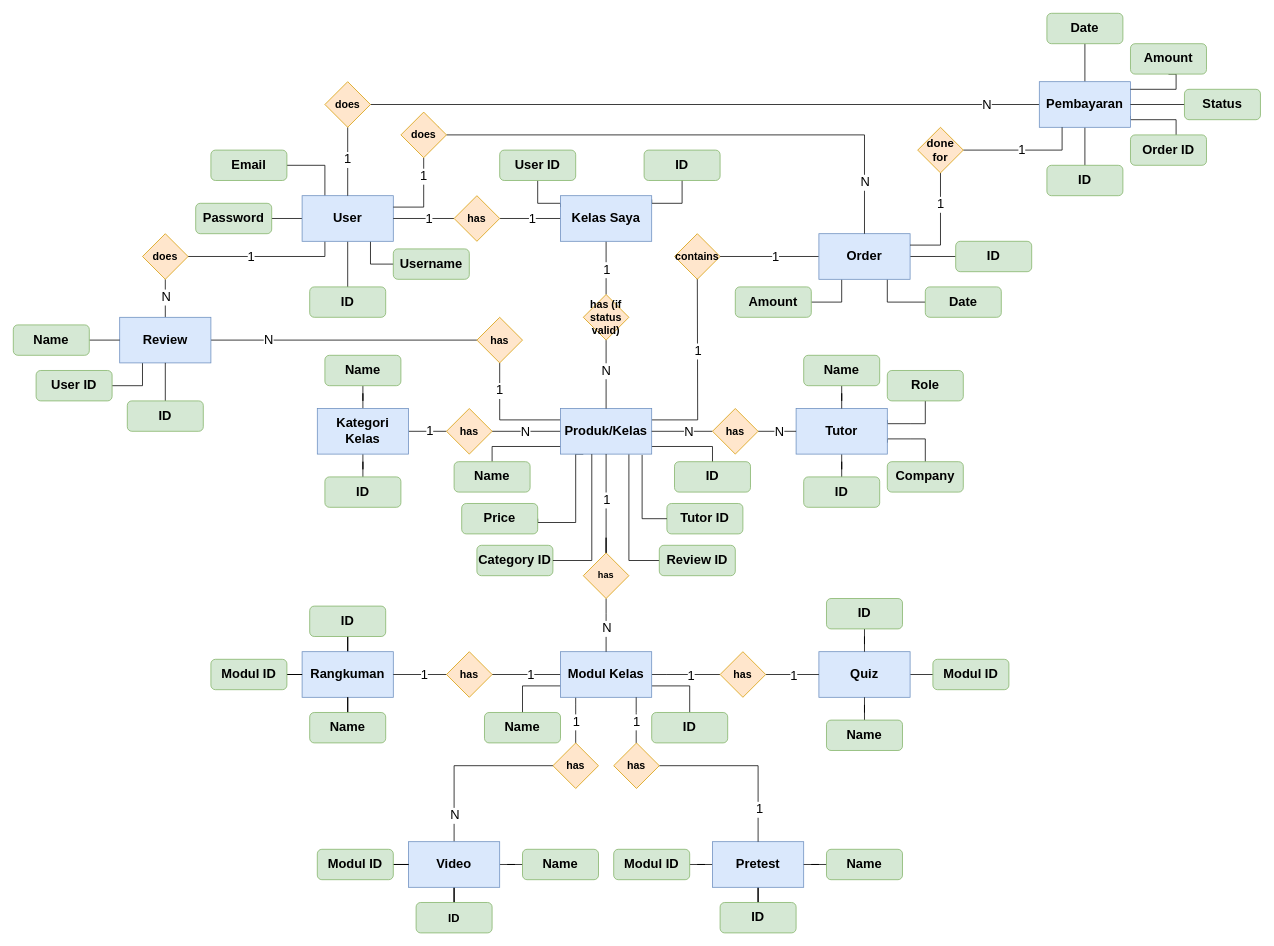
dinowidyap15/VideoBelajar keeps this draw.io diagram as ERD VideoBelajar.drawio. Above is the earlier version. Source tidied: cells renumbered, new cells numbered last; positions are measured from the earlier drawing's top-left corner, leaving out a move shared by most shapes. Both pictures are drawn from the tidied source at 76%, with x=0, y=0 at pixel (13, 13).
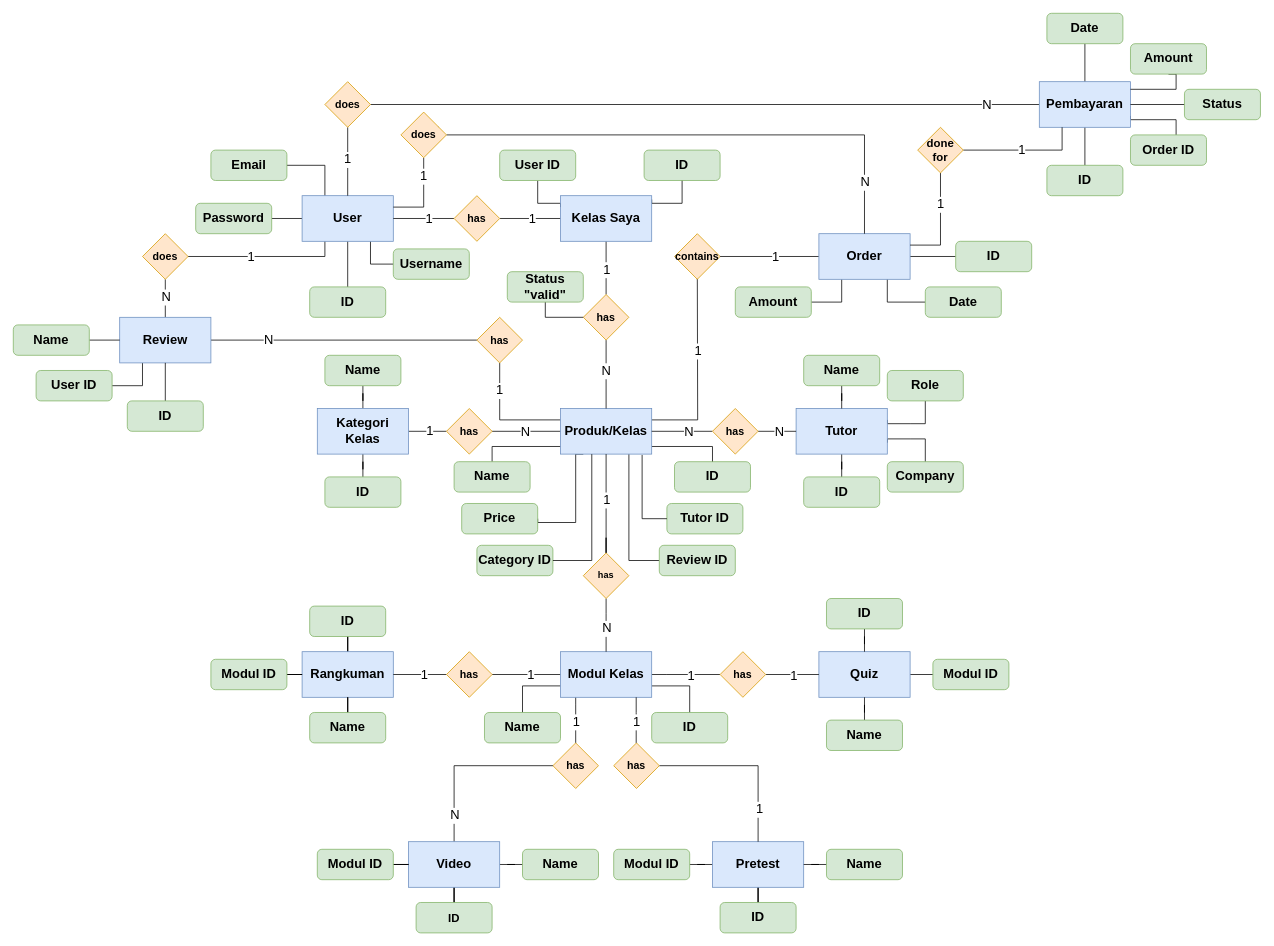
After the change.

Commit message:
ERD VideoBelajar final.drawio

Diff of the diagram source:
```diff
@@
-    <mxCell id="71" value="&lt;font style=&quot;font-size: 14px;&quot;&gt;&lt;b&gt;has (if status valid)&lt;/b&gt;&lt;/font&gt;" style="rhombus;whiteSpace=wrap;html=1;fillColor=#ffe6cc;strokeColor=#d79b00;" parent="1" vertex="1">
+    <mxCell id="71" value="&lt;font style=&quot;font-size: 14px;&quot;&gt;&lt;b&gt;has&lt;/b&gt;&lt;/font&gt;" style="rhombus;whiteSpace=wrap;html=1;fillColor=#ffe6cc;strokeColor=#d79b00;" parent="1" vertex="1">
       <mxGeometry x="750" y="370" width="60" height="60" as="geometry" />
     </mxCell>
@@
+    <mxCell id="183" style="edgeStyle=orthogonalEdgeStyle;rounded=0;jettySize=auto;html=1;exitX=0.5;exitY=1;exitDx=0;exitDy=0;entryX=0;entryY=0.5;entryDx=0;entryDy=0;endArrow=none;endFill=0;" parent="1" edge="1" source="184" target="71">
+      <mxGeometry relative="1" as="geometry" />
+    </mxCell>
+    <mxCell id="184" value="&lt;font style=&quot;font-size: 17px;&quot;&gt;&lt;b&gt;Status&lt;/b&gt;&lt;/font&gt;&lt;div&gt;&lt;font style=&quot;font-size: 17px;&quot;&gt;&lt;b&gt;&quot;valid&quot;&lt;/b&gt;&lt;/font&gt;&lt;/div&gt;" style="rounded=1;whiteSpace=wrap;html=1;fillColor=#d5e8d4;strokeColor=#82b366;" parent="1" vertex="1">
+      <mxGeometry x="650" y="340" width="100" height="40" as="geometry" />
+    </mxCell>
```
